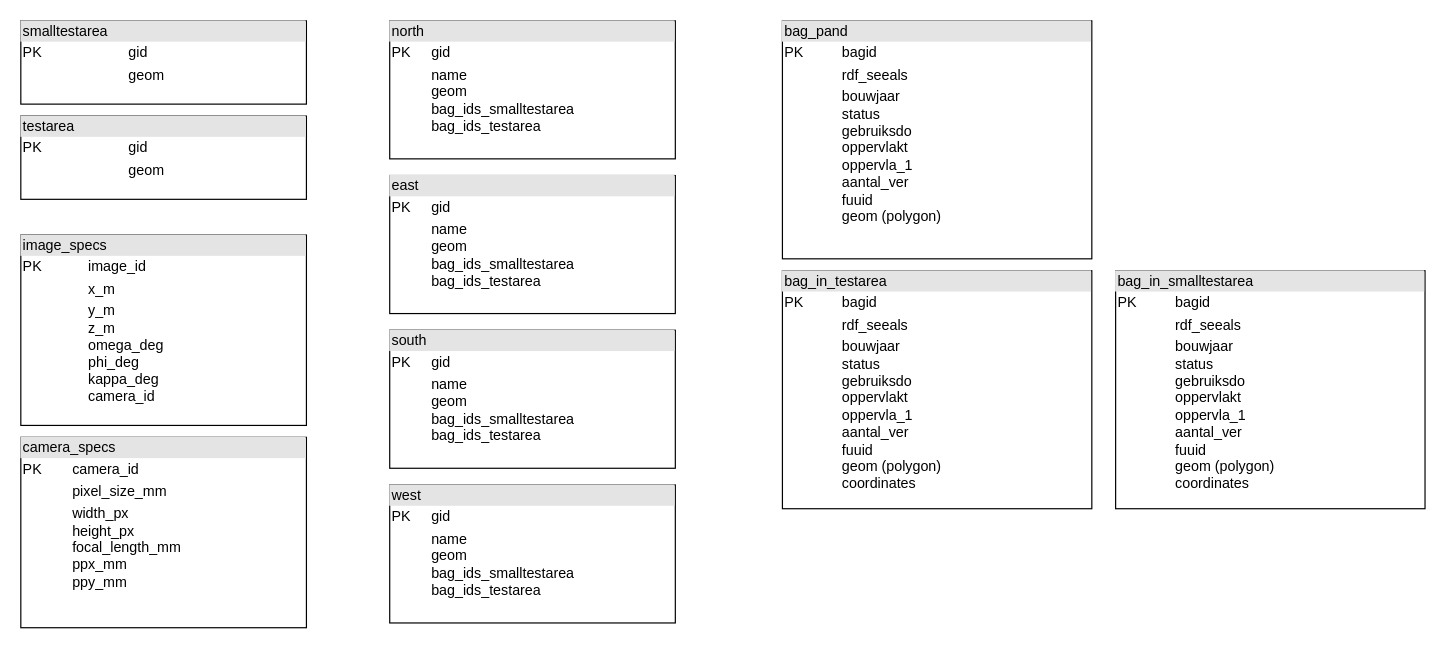
Before: figures/Diagram zonder titel.drawio in LarsBoertjes/thesis, a draw.io diagram. Source tidied: cells renumbered, new cells numbered last; positions are measured from the earlier drawing's top-left corner, leaving out a move shared by most shapes. Both pictures are drawn from the tidied source at 119%, with x=0, y=0 at pixel (20, 20).
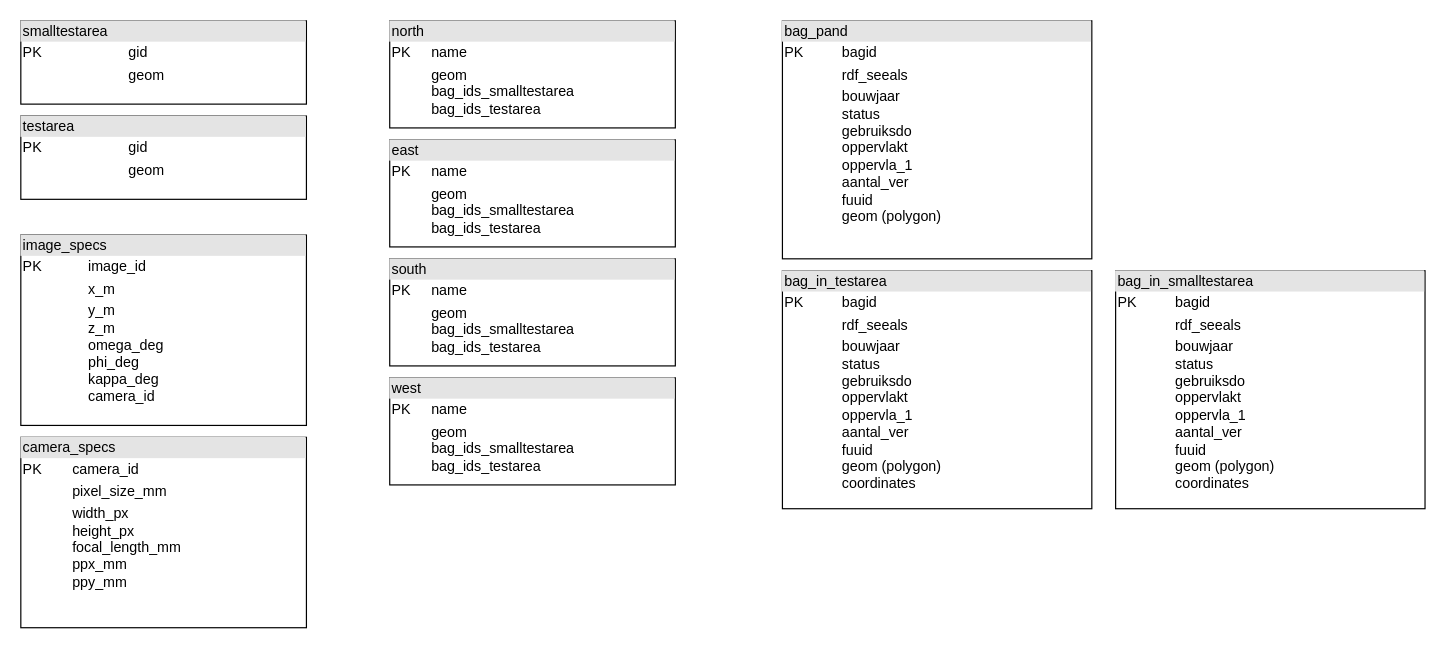
The same diagram, later.

The edit, as a diff of the source:
```diff
@@
 <mxGraphModel>
   <root>
     <mxCell id="0" />
     <mxCell id="1" parent="0" />
     <mxCell id="2" value="&lt;div style=&quot;box-sizing: border-box; width: 100%; background: rgb(228, 228, 228); padding: 2px;&quot;&gt;image_specs&lt;/div&gt;&lt;table style=&quot;width:100%;font-size:1em;&quot; cellpadding=&quot;2&quot; cellspacing=&quot;0&quot;&gt;&lt;tbody&gt;&lt;tr&gt;&lt;td&gt;PK&lt;/td&gt;&lt;td&gt;image_id&lt;/td&gt;&lt;/tr&gt;&lt;tr&gt;&lt;td&gt;&lt;br&gt;&lt;/td&gt;&lt;td&gt;x_m&lt;/td&gt;&lt;/tr&gt;&lt;tr&gt;&lt;td&gt;&lt;br&gt;&lt;/td&gt;&lt;td&gt;y_m&lt;br&gt;z_m&lt;br&gt;omega_deg&lt;br&gt;phi_deg&lt;br&gt;kappa_deg&lt;br&gt;camera_id&lt;/td&gt;&lt;/tr&gt;&lt;/tbody&gt;&lt;/table&gt;" style="verticalAlign=top;align=left;overflow=fill;html=1;whiteSpace=wrap;" parent="1" vertex="1">
       <mxGeometry y="180" width="240" height="160" as="geometry" />
     </mxCell>
     <mxCell id="3" value="&lt;div style=&quot;box-sizing: border-box; width: 100%; background: rgb(228, 228, 228); padding: 2px;&quot;&gt;testarea&lt;/div&gt;&lt;table style=&quot;width:100%;font-size:1em;&quot; cellpadding=&quot;2&quot; cellspacing=&quot;0&quot;&gt;&lt;tbody&gt;&lt;tr&gt;&lt;td&gt;PK&lt;/td&gt;&lt;td&gt;gid&lt;/td&gt;&lt;/tr&gt;&lt;tr&gt;&lt;td&gt;&lt;br&gt;&lt;/td&gt;&lt;td&gt;geom&lt;/td&gt;&lt;/tr&gt;&lt;/tbody&gt;&lt;/table&gt;" style="verticalAlign=top;align=left;overflow=fill;html=1;whiteSpace=wrap;" parent="1" vertex="1">
       <mxGeometry y="80" width="240" height="70" as="geometry" />
     </mxCell>
     <mxCell id="4" value="&lt;div style=&quot;box-sizing: border-box; width: 100%; background: rgb(228, 228, 228); padding: 2px;&quot;&gt;smalltestarea&lt;/div&gt;&lt;table style=&quot;width:100%;font-size:1em;&quot; cellpadding=&quot;2&quot; cellspacing=&quot;0&quot;&gt;&lt;tbody&gt;&lt;tr&gt;&lt;td&gt;PK&lt;/td&gt;&lt;td&gt;gid&lt;/td&gt;&lt;/tr&gt;&lt;tr&gt;&lt;td&gt;&lt;br&gt;&lt;/td&gt;&lt;td&gt;geom&lt;/td&gt;&lt;/tr&gt;&lt;/tbody&gt;&lt;/table&gt;" style="verticalAlign=top;align=left;overflow=fill;html=1;whiteSpace=wrap;" parent="1" vertex="1">
       <mxGeometry width="240" height="70" as="geometry" />
     </mxCell>
-    <mxCell id="5" value="&lt;div style=&quot;box-sizing: border-box; width: 100%; background: rgb(228, 228, 228); padding: 2px;&quot;&gt;north&lt;/div&gt;&lt;table style=&quot;width:100%;font-size:1em;&quot; cellpadding=&quot;2&quot; cellspacing=&quot;0&quot;&gt;&lt;tbody&gt;&lt;tr&gt;&lt;td&gt;PK&lt;/td&gt;&lt;td&gt;gid&lt;/td&gt;&lt;/tr&gt;&lt;tr&gt;&lt;td&gt;&lt;br&gt;&lt;/td&gt;&lt;td&gt;name&lt;br&gt;geom&lt;br&gt;bag_ids_smalltestarea&lt;br&gt;bag_ids_testarea&lt;br&gt;&lt;br&gt;&lt;br&gt;&lt;/td&gt;&lt;/tr&gt;&lt;/tbody&gt;&lt;/table&gt;" style="verticalAlign=top;align=left;overflow=fill;html=1;whiteSpace=wrap;" parent="1" vertex="1">
-      <mxGeometry x="310" width="240" height="116" as="geometry" />
+    <mxCell id="5" value="&lt;div style=&quot;box-sizing: border-box; width: 100%; background: rgb(228, 228, 228); padding: 2px;&quot;&gt;north&lt;/div&gt;&lt;table style=&quot;width:100%;font-size:1em;&quot; cellpadding=&quot;2&quot; cellspacing=&quot;0&quot;&gt;&lt;tbody&gt;&lt;tr&gt;&lt;td&gt;PK&lt;/td&gt;&lt;td&gt;name&lt;/td&gt;&lt;/tr&gt;&lt;tr&gt;&lt;td&gt;&lt;br&gt;&lt;/td&gt;&lt;td&gt;geom&lt;br&gt;bag_ids_smalltestarea&lt;br&gt;bag_ids_testarea&lt;br&gt;&lt;br&gt;&lt;br&gt;&lt;/td&gt;&lt;/tr&gt;&lt;/tbody&gt;&lt;/table&gt;" style="verticalAlign=top;align=left;overflow=fill;html=1;whiteSpace=wrap;" parent="1" vertex="1">
+      <mxGeometry x="310" width="240" height="90" as="geometry" />
     </mxCell>
-    <mxCell id="6" value="&lt;div style=&quot;box-sizing: border-box; width: 100%; background: rgb(228, 228, 228); padding: 2px;&quot;&gt;east&lt;/div&gt;&lt;table style=&quot;width:100%;font-size:1em;&quot; cellpadding=&quot;2&quot; cellspacing=&quot;0&quot;&gt;&lt;tbody&gt;&lt;tr&gt;&lt;td&gt;PK&lt;/td&gt;&lt;td&gt;gid&lt;/td&gt;&lt;/tr&gt;&lt;tr&gt;&lt;td&gt;&lt;br&gt;&lt;/td&gt;&lt;td&gt;name&lt;br&gt;geom&lt;br&gt;bag_ids_smalltestarea&lt;br&gt;bag_ids_testarea&lt;br&gt;&lt;br&gt;&lt;br&gt;&lt;/td&gt;&lt;/tr&gt;&lt;/tbody&gt;&lt;/table&gt;" style="verticalAlign=top;align=left;overflow=fill;html=1;whiteSpace=wrap;" parent="1" vertex="1">
-      <mxGeometry x="310" y="130" width="240" height="116" as="geometry" />
-    </mxCell>
-    <mxCell id="7" value="&lt;div style=&quot;box-sizing: border-box; width: 100%; background: rgb(228, 228, 228); padding: 2px;&quot;&gt;south&lt;/div&gt;&lt;table style=&quot;width:100%;font-size:1em;&quot; cellpadding=&quot;2&quot; cellspacing=&quot;0&quot;&gt;&lt;tbody&gt;&lt;tr&gt;&lt;td&gt;PK&lt;/td&gt;&lt;td&gt;gid&lt;/td&gt;&lt;/tr&gt;&lt;tr&gt;&lt;td&gt;&lt;br&gt;&lt;/td&gt;&lt;td&gt;name&lt;br&gt;geom&lt;br&gt;bag_ids_smalltestarea&lt;br&gt;bag_ids_testarea&lt;br&gt;&lt;br&gt;&lt;br&gt;&lt;/td&gt;&lt;/tr&gt;&lt;/tbody&gt;&lt;/table&gt;" style="verticalAlign=top;align=left;overflow=fill;html=1;whiteSpace=wrap;" parent="1" vertex="1">
-      <mxGeometry x="310" y="260" width="240" height="116" as="geometry" />
-    </mxCell>
-    <mxCell id="8" value="&lt;div style=&quot;box-sizing: border-box; width: 100%; background: rgb(228, 228, 228); padding: 2px;&quot;&gt;west&lt;/div&gt;&lt;table style=&quot;width:100%;font-size:1em;&quot; cellpadding=&quot;2&quot; cellspacing=&quot;0&quot;&gt;&lt;tbody&gt;&lt;tr&gt;&lt;td&gt;PK&lt;/td&gt;&lt;td&gt;gid&lt;/td&gt;&lt;/tr&gt;&lt;tr&gt;&lt;td&gt;&lt;br&gt;&lt;/td&gt;&lt;td&gt;name&lt;br&gt;geom&lt;br&gt;bag_ids_smalltestarea&lt;br&gt;bag_ids_testarea&lt;br&gt;&lt;br&gt;&lt;br&gt;&lt;/td&gt;&lt;/tr&gt;&lt;/tbody&gt;&lt;/table&gt;" style="verticalAlign=top;align=left;overflow=fill;html=1;whiteSpace=wrap;" parent="1" vertex="1">
-      <mxGeometry x="310" y="390" width="240" height="116" as="geometry" />
-    </mxCell>
     <mxCell id="9" value="&lt;div style=&quot;box-sizing: border-box; width: 100%; background: rgb(228, 228, 228); padding: 2px;&quot;&gt;camera_specs&lt;/div&gt;&lt;table style=&quot;width:100%;font-size:1em;&quot; cellpadding=&quot;2&quot; cellspacing=&quot;0&quot;&gt;&lt;tbody&gt;&lt;tr&gt;&lt;td&gt;PK&lt;/td&gt;&lt;td&gt;camera_id&lt;/td&gt;&lt;/tr&gt;&lt;tr&gt;&lt;td&gt;&lt;br&gt;&lt;/td&gt;&lt;td&gt;pixel_size_mm&lt;/td&gt;&lt;/tr&gt;&lt;tr&gt;&lt;td&gt;&lt;br&gt;&lt;/td&gt;&lt;td&gt;width_px&lt;br&gt;height_px&lt;br&gt;focal_length_mm&lt;br&gt;ppx_mm&lt;br&gt;ppy_mm&lt;/td&gt;&lt;/tr&gt;&lt;/tbody&gt;&lt;/table&gt;" style="verticalAlign=top;align=left;overflow=fill;html=1;whiteSpace=wrap;" parent="1" vertex="1">
       <mxGeometry y="350" width="240" height="160" as="geometry" />
     </mxCell>
     <mxCell id="10" value="&lt;div style=&quot;box-sizing: border-box; width: 100%; background: rgb(228, 228, 228); padding: 2px;&quot;&gt;bag_pand&lt;/div&gt;&lt;table style=&quot;width:100%;font-size:1em;&quot; cellpadding=&quot;2&quot; cellspacing=&quot;0&quot;&gt;&lt;tbody&gt;&lt;tr&gt;&lt;td&gt;PK&lt;/td&gt;&lt;td&gt;bagid&lt;/td&gt;&lt;/tr&gt;&lt;tr&gt;&lt;td&gt;&lt;br&gt;&lt;/td&gt;&lt;td&gt;rdf_seeals&lt;/td&gt;&lt;/tr&gt;&lt;tr&gt;&lt;td&gt;&lt;br&gt;&lt;/td&gt;&lt;td&gt;bouwjaar&lt;br&gt;status&lt;br&gt;gebruiksdo&lt;br&gt;oppervlakt&lt;br&gt;oppervla_1&lt;br&gt;aantal_ver&lt;br&gt;fuuid&lt;br&gt;geom (polygon)&lt;br&gt;&lt;br&gt;&lt;/td&gt;&lt;/tr&gt;&lt;/tbody&gt;&lt;/table&gt;" style="verticalAlign=top;align=left;overflow=fill;html=1;whiteSpace=wrap;" parent="1" vertex="1">
       <mxGeometry x="640" width="260" height="200" as="geometry" />
     </mxCell>
     <mxCell id="11" value="&lt;div style=&quot;box-sizing: border-box; width: 100%; background: rgb(228, 228, 228); padding: 2px;&quot;&gt;bag_in_testarea&lt;/div&gt;&lt;table style=&quot;width:100%;font-size:1em;&quot; cellpadding=&quot;2&quot; cellspacing=&quot;0&quot;&gt;&lt;tbody&gt;&lt;tr&gt;&lt;td&gt;PK&lt;/td&gt;&lt;td&gt;bagid&lt;/td&gt;&lt;/tr&gt;&lt;tr&gt;&lt;td&gt;&lt;br&gt;&lt;/td&gt;&lt;td&gt;rdf_seeals&lt;/td&gt;&lt;/tr&gt;&lt;tr&gt;&lt;td&gt;&lt;br&gt;&lt;/td&gt;&lt;td&gt;bouwjaar&lt;br&gt;status&lt;br&gt;gebruiksdo&lt;br&gt;oppervlakt&lt;br&gt;oppervla_1&lt;br&gt;aantal_ver&lt;br&gt;fuuid&lt;br&gt;geom (polygon)&lt;br&gt;coordinates&lt;br&gt;&lt;br&gt;&lt;/td&gt;&lt;/tr&gt;&lt;/tbody&gt;&lt;/table&gt;" style="verticalAlign=top;align=left;overflow=fill;html=1;whiteSpace=wrap;" parent="1" vertex="1">
       <mxGeometry x="640" y="210" width="260" height="200" as="geometry" />
     </mxCell>
     <mxCell id="12" value="&lt;div style=&quot;box-sizing: border-box; width: 100%; background: rgb(228, 228, 228); padding: 2px;&quot;&gt;bag_in_smalltestarea&lt;/div&gt;&lt;table style=&quot;width:100%;font-size:1em;&quot; cellpadding=&quot;2&quot; cellspacing=&quot;0&quot;&gt;&lt;tbody&gt;&lt;tr&gt;&lt;td&gt;PK&lt;/td&gt;&lt;td&gt;bagid&lt;/td&gt;&lt;/tr&gt;&lt;tr&gt;&lt;td&gt;&lt;br&gt;&lt;/td&gt;&lt;td&gt;rdf_seeals&lt;/td&gt;&lt;/tr&gt;&lt;tr&gt;&lt;td&gt;&lt;br&gt;&lt;/td&gt;&lt;td&gt;bouwjaar&lt;br&gt;status&lt;br&gt;gebruiksdo&lt;br&gt;oppervlakt&lt;br&gt;oppervla_1&lt;br&gt;aantal_ver&lt;br&gt;fuuid&lt;br&gt;geom (polygon)&lt;br&gt;coordinates&lt;br&gt;&lt;br&gt;&lt;/td&gt;&lt;/tr&gt;&lt;/tbody&gt;&lt;/table&gt;" style="verticalAlign=top;align=left;overflow=fill;html=1;whiteSpace=wrap;" parent="1" vertex="1">
       <mxGeometry x="920" y="210" width="260" height="200" as="geometry" />
     </mxCell>
+    <mxCell id="13" value="&lt;div style=&quot;box-sizing: border-box; width: 100%; background: rgb(228, 228, 228); padding: 2px;&quot;&gt;east&lt;/div&gt;&lt;table style=&quot;width:100%;font-size:1em;&quot; cellpadding=&quot;2&quot; cellspacing=&quot;0&quot;&gt;&lt;tbody&gt;&lt;tr&gt;&lt;td&gt;PK&lt;/td&gt;&lt;td&gt;name&lt;/td&gt;&lt;/tr&gt;&lt;tr&gt;&lt;td&gt;&lt;br&gt;&lt;/td&gt;&lt;td&gt;geom&lt;br&gt;bag_ids_smalltestarea&lt;br&gt;bag_ids_testarea&lt;br&gt;&lt;br&gt;&lt;br&gt;&lt;/td&gt;&lt;/tr&gt;&lt;/tbody&gt;&lt;/table&gt;" style="verticalAlign=top;align=left;overflow=fill;html=1;whiteSpace=wrap;" parent="1" vertex="1">
+      <mxGeometry x="310" y="100" width="240" height="90" as="geometry" />
+    </mxCell>
+    <mxCell id="14" value="&lt;div style=&quot;box-sizing: border-box; width: 100%; background: rgb(228, 228, 228); padding: 2px;&quot;&gt;south&lt;/div&gt;&lt;table style=&quot;width:100%;font-size:1em;&quot; cellpadding=&quot;2&quot; cellspacing=&quot;0&quot;&gt;&lt;tbody&gt;&lt;tr&gt;&lt;td&gt;PK&lt;/td&gt;&lt;td&gt;name&lt;/td&gt;&lt;/tr&gt;&lt;tr&gt;&lt;td&gt;&lt;br&gt;&lt;/td&gt;&lt;td&gt;geom&lt;br&gt;bag_ids_smalltestarea&lt;br&gt;bag_ids_testarea&lt;br&gt;&lt;br&gt;&lt;br&gt;&lt;/td&gt;&lt;/tr&gt;&lt;/tbody&gt;&lt;/table&gt;" style="verticalAlign=top;align=left;overflow=fill;html=1;whiteSpace=wrap;" parent="1" vertex="1">
+      <mxGeometry x="310" y="200" width="240" height="90" as="geometry" />
+    </mxCell>
+    <mxCell id="15" value="&lt;div style=&quot;box-sizing: border-box; width: 100%; background: rgb(228, 228, 228); padding: 2px;&quot;&gt;west&lt;/div&gt;&lt;table style=&quot;width:100%;font-size:1em;&quot; cellpadding=&quot;2&quot; cellspacing=&quot;0&quot;&gt;&lt;tbody&gt;&lt;tr&gt;&lt;td&gt;PK&lt;/td&gt;&lt;td&gt;name&lt;/td&gt;&lt;/tr&gt;&lt;tr&gt;&lt;td&gt;&lt;br&gt;&lt;/td&gt;&lt;td&gt;geom&lt;br&gt;bag_ids_smalltestarea&lt;br&gt;bag_ids_testarea&lt;br&gt;&lt;br&gt;&lt;br&gt;&lt;/td&gt;&lt;/tr&gt;&lt;/tbody&gt;&lt;/table&gt;" style="verticalAlign=top;align=left;overflow=fill;html=1;whiteSpace=wrap;" parent="1" vertex="1">
+      <mxGeometry x="310" y="300" width="240" height="90" as="geometry" />
+    </mxCell>
   </root>
 </mxGraphModel>
```
